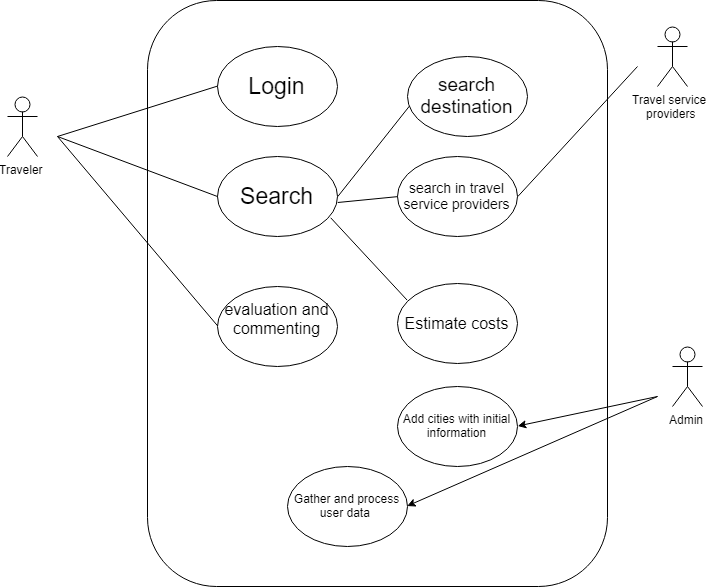
group-c/sw-project keeps this draw.io diagram as UseCase.png. Above is the earlier version. Source tidied: cells renumbered, new cells last; positions are measured from the earlier drawing's top-left corner, leaving out a move shared by most shapes.
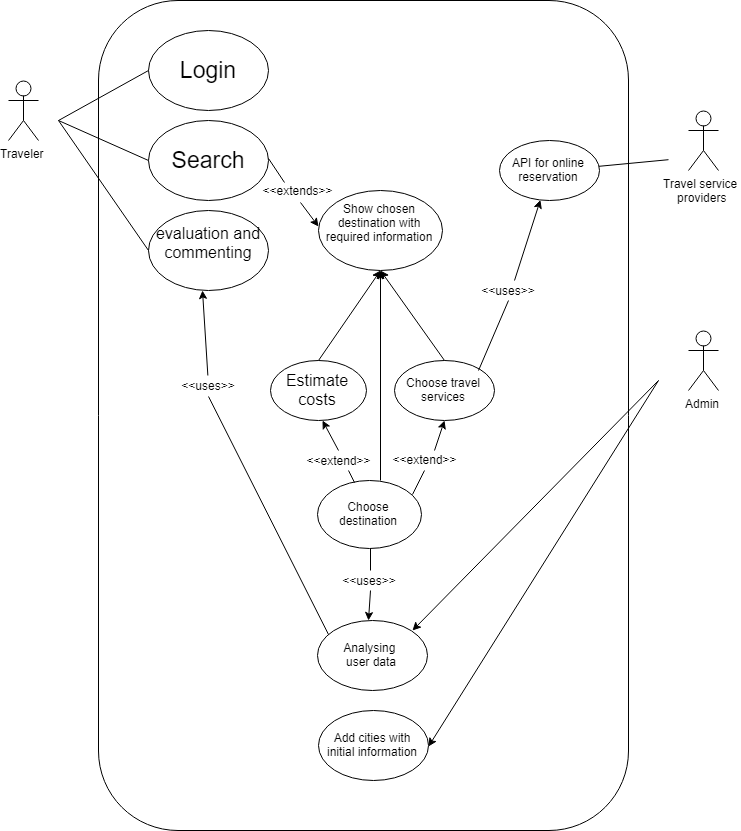
The same diagram one commit later.

Commit message:
Added new usecases. Reyhaneh

What changed in the source:
```diff
@@ -2,36 +2,24 @@
   <root>
     <mxCell id="0" />
     <mxCell id="1" parent="0" />
+    <mxCell id="23" style="rounded=1;whiteSpace=wrap;html=1;" parent="1" vertex="1">
+      <mxGeometry x="90" y="16" width="530" height="830" as="geometry" />
+    </mxCell>
     <mxCell id="2" value="Traveler&lt;br&gt;&lt;br&gt;" style="shape=umlActor;verticalLabelPosition=bottom;labelBackgroundColor=#ffffff;verticalAlign=top;html=1;" parent="1" vertex="1">
       <mxGeometry y="96" width="30" height="60" as="geometry" />
     </mxCell>
-    <mxCell id="3" style="rounded=1;whiteSpace=wrap;html=1;" parent="1" vertex="1">
-      <mxGeometry x="140" width="460" height="586" as="geometry" />
-    </mxCell>
     <mxCell id="4" value="&lt;font style=&quot;font-size: 23px&quot;&gt;Login&lt;/font&gt;" style="ellipse;whiteSpace=wrap;html=1;" parent="1" vertex="1">
-      <mxGeometry x="210" y="46" width="120" height="80" as="geometry" />
+      <mxGeometry x="140" y="46" width="120" height="80" as="geometry" />
     </mxCell>
     <mxCell id="5" value="&lt;font style=&quot;font-size: 23px&quot;&gt;Search&lt;/font&gt;" style="ellipse;whiteSpace=wrap;html=1;" parent="1" vertex="1">
-      <mxGeometry x="210" y="156" width="120" height="80" as="geometry" />
+      <mxGeometry x="140" y="136" width="120" height="80" as="geometry" />
     </mxCell>
     <mxCell id="6" value="&lt;font style=&quot;font-size: 16px&quot;&gt;evaluation and&lt;br&gt;commenting&lt;br&gt;&lt;/font&gt;&lt;br&gt;" style="ellipse;whiteSpace=wrap;html=1;" parent="1" vertex="1">
-      <mxGeometry x="210" y="286" width="120" height="80" as="geometry" />
+      <mxGeometry x="140" y="226" width="120" height="80" as="geometry" />
     </mxCell>
-    <mxCell id="7" style="endArrow=none;html=1;entryX=0.012;entryY=0.621;entryDx=0;entryDy=0;entryPerimeter=0;exitX=1;exitY=0.5;exitDx=0;exitDy=0;" parent="1" edge="1" source="5" target="9">
-      <mxGeometry relative="1" as="geometry" />
-    </mxCell>
     <mxCell id="8" value="Travel service&amp;nbsp;&lt;br&gt;providers&lt;br&gt;" style="shape=umlActor;verticalLabelPosition=bottom;labelBackgroundColor=#ffffff;verticalAlign=top;html=1;" parent="1" vertex="1">
-      <mxGeometry x="650" y="26" width="30" height="60" as="geometry" />
+      <mxGeometry x="680" y="126" width="30" height="60" as="geometry" />
     </mxCell>
-    <mxCell id="9" value="&lt;font style=&quot;font-size: 19px&quot;&gt;search destination&lt;br&gt;&lt;/font&gt;" style="ellipse;whiteSpace=wrap;html=1;" parent="1" vertex="1">
-      <mxGeometry x="400" y="56" width="120" height="80" as="geometry" />
-    </mxCell>
-    <mxCell id="10" value="&lt;font style=&quot;font-size: 14px&quot;&gt;search in travel service providers&lt;/font&gt;" style="ellipse;whiteSpace=wrap;html=1;" parent="1" vertex="1">
-      <mxGeometry x="390" y="156" width="120" height="80" as="geometry" />
-    </mxCell>
-    <mxCell id="11" style="endArrow=none;html=1;entryX=0;entryY=0.5;entryDx=0;entryDy=0;exitX=1.004;exitY=0.58;exitDx=0;exitDy=0;exitPerimeter=0;" parent="1" edge="1" source="5" target="10">
-      <mxGeometry relative="1" as="geometry" />
-    </mxCell>
     <mxCell id="12" style="endArrow=none;html=1;entryX=0;entryY=0.5;entryDx=0;entryDy=0;" parent="1" edge="1" target="4">
       <mxGeometry relative="1" as="geometry">
         <mxPoint x="50" y="136" as="sourcePoint" />
@@ -47,35 +35,109 @@
         <mxPoint x="50" y="136" as="targetPoint" />
       </mxGeometry>
     </mxCell>
-    <mxCell id="15" style="endArrow=none;html=1;exitX=1;exitY=0.5;exitDx=0;exitDy=0;" parent="1" edge="1" source="10">
-      <mxGeometry relative="1" as="geometry">
-        <mxPoint x="630" y="66" as="targetPoint" />
-      </mxGeometry>
-    </mxCell>
     <mxCell id="16" value="&lt;font style=&quot;font-size: 16px&quot;&gt;Estimate costs&lt;/font&gt;" style="ellipse;whiteSpace=wrap;html=1;" parent="1" vertex="1">
-      <mxGeometry x="390" y="283" width="120" height="80" as="geometry" />
+      <mxGeometry x="262" y="376" width="96" height="60" as="geometry" />
     </mxCell>
-    <mxCell id="17" style="endArrow=none;html=1;entryX=0.948;entryY=0.765;entryDx=0;entryDy=0;entryPerimeter=0;exitX=0.079;exitY=0.207;exitDx=0;exitDy=0;exitPerimeter=0;" parent="1" edge="1" source="16" target="5">
-      <mxGeometry relative="1" as="geometry" />
-    </mxCell>
     <mxCell id="18" value="Admin&lt;br&gt;&lt;br&gt;" style="shape=umlActor;verticalLabelPosition=bottom;labelBackgroundColor=#ffffff;verticalAlign=top;html=1;" parent="1" vertex="1">
-      <mxGeometry x="665" y="346" width="30" height="60" as="geometry" />
+      <mxGeometry x="680" y="346" width="30" height="60" as="geometry" />
     </mxCell>
     <mxCell id="19" value="Add cities with initial information&lt;br&gt;" style="ellipse;whiteSpace=wrap;html=1;" parent="1" vertex="1">
-      <mxGeometry x="390" y="386" width="120" height="80" as="geometry" />
+      <mxGeometry x="310" y="726" width="110" height="70" as="geometry" />
     </mxCell>
     <mxCell id="20" style="endArrow=classic;html=1;entryX=1;entryY=0.5;entryDx=0;entryDy=0;" parent="1" edge="1" target="19">
       <mxGeometry relative="1" as="geometry">
         <mxPoint x="650" y="396" as="sourcePoint" />
       </mxGeometry>
     </mxCell>
-    <mxCell id="21" value="Gather and process user data&amp;nbsp;" style="ellipse;whiteSpace=wrap;html=1;" parent="1" vertex="1">
-      <mxGeometry x="280" y="466" width="120" height="80" as="geometry" />
+    <mxCell id="21" value="Analysing &lt;br&gt;user data" style="ellipse;whiteSpace=wrap;html=1;" parent="1" vertex="1">
+      <mxGeometry x="309" y="636" width="110" height="70" as="geometry" />
     </mxCell>
-    <mxCell id="22" style="endArrow=classic;html=1;entryX=1;entryY=0.5;entryDx=0;entryDy=0;" parent="1" edge="1" target="21">
-      <mxGeometry relative="1" as="geometry">
-        <mxPoint x="650" y="396" as="sourcePoint" />
-      </mxGeometry>
-    </mxCell>
+    <mxCell id="24" style="endArrow=classic;html=1;entryX=0.45;entryY=1;entryDx=0;entryDy=0;entryPerimeter=0;" parent="1" edge="1" source="25" target="6">
+      <mxGeometry relative="1" as="geometry" />
+    </mxCell>
+    <mxCell id="25" value="&amp;lt;&amp;lt;uses&amp;gt;&amp;gt;" style="text;html=1;strokeColor=none;fillColor=none;align=center;verticalAlign=middle;whiteSpace=wrap;rounded=0;" parent="1" vertex="1">
+      <mxGeometry x="180" y="391" width="40" height="20" as="geometry" />
+    </mxCell>
+    <mxCell id="26" style="endArrow=none;html=1;entryX=0.095;entryY=0.206;entryDx=0;entryDy=0;exitX=0.5;exitY=1;exitDx=0;exitDy=0;entryPerimeter=0;" parent="1" edge="1" source="25" target="21">
+      <mxGeometry relative="1" as="geometry" />
+    </mxCell>
+    <mxCell id="27" value="API for online reservation" style="ellipse;whiteSpace=wrap;html=1;" parent="1" vertex="1">
+      <mxGeometry x="491" y="156" width="100" height="60" as="geometry" />
+    </mxCell>
+    <mxCell id="28" value="Choose destination&lt;br&gt;" style="ellipse;whiteSpace=wrap;html=1;" parent="1" vertex="1">
+      <mxGeometry x="309" y="496" width="104" height="68" as="geometry" />
+    </mxCell>
+    <mxCell id="29" style="endArrow=classic;html=1;entryX=1;entryY=0;entryDx=0;entryDy=0;" parent="1" edge="1" target="21">
+      <mxGeometry relative="1" as="geometry">
+        <mxPoint x="650" y="396" as="sourcePoint" />
+      </mxGeometry>
+    </mxCell>
+    <mxCell id="30" value="Choose travel services" style="ellipse;whiteSpace=wrap;html=1;" parent="1" vertex="1">
+      <mxGeometry x="386" y="376" width="100" height="60" as="geometry" />
+    </mxCell>
+    <mxCell id="31" style="endArrow=none;html=1;" parent="1" edge="1" source="27">
+      <mxGeometry relative="1" as="geometry">
+        <mxPoint x="660" y="175.2" as="targetPoint" />
+      </mxGeometry>
+    </mxCell>
+    <mxCell id="32" value="Show chosen destination with required information&lt;br&gt;&lt;br&gt;" style="ellipse;whiteSpace=wrap;html=1;" parent="1" vertex="1">
+      <mxGeometry x="310" y="206" width="124" height="80" as="geometry" />
+    </mxCell>
+    <mxCell id="33" style="endArrow=classic;html=1;entryX=0;entryY=0.459;entryDx=0;entryDy=0;entryPerimeter=0;exitX=0.586;exitY=1.076;exitDx=0;exitDy=0;exitPerimeter=0;" parent="1" edge="1" source="49" target="32">
+      <mxGeometry relative="1" as="geometry" />
+    </mxCell>
+    <mxCell id="34" style="endArrow=classic;html=1;entryX=0.464;entryY=0;entryDx=0;entryDy=0;entryPerimeter=0;exitX=0.5;exitY=1;exitDx=0;exitDy=0;" parent="1" edge="1" source="35" target="21">
+      <mxGeometry relative="1" as="geometry" />
+    </mxCell>
+    <mxCell id="35" value="&amp;lt;&amp;lt;uses&amp;gt;&amp;gt;&lt;br&gt;" style="text;html=1;strokeColor=none;fillColor=none;align=center;verticalAlign=middle;whiteSpace=wrap;rounded=0;" parent="1" vertex="1">
+      <mxGeometry x="341" y="586" width="40" height="20" as="geometry" />
+    </mxCell>
+    <mxCell id="36" style="endArrow=none;html=1;entryX=0.5;entryY=1;entryDx=0;entryDy=0;exitX=0.5;exitY=0;exitDx=0;exitDy=0;" parent="1" edge="1" source="35" target="28">
+      <mxGeometry relative="1" as="geometry" />
+    </mxCell>
+    <mxCell id="37" style="endArrow=classic;html=1;entryX=0.5;entryY=1;entryDx=0;entryDy=0;exitX=0.75;exitY=0;exitDx=0;exitDy=0;" parent="1" edge="1" source="38" target="30">
+      <mxGeometry relative="1" as="geometry" />
+    </mxCell>
+    <mxCell id="38" value="&amp;lt;&amp;lt;extend&amp;gt;&amp;gt;" style="text;html=1;strokeColor=none;fillColor=none;align=center;verticalAlign=middle;whiteSpace=wrap;rounded=0;" parent="1" vertex="1">
+      <mxGeometry x="396" y="465" width="40" height="20" as="geometry" />
+    </mxCell>
+    <mxCell id="39" style="endArrow=none;html=1;entryX=0.5;entryY=1;entryDx=0;entryDy=0;exitX=0.917;exitY=0.197;exitDx=0;exitDy=0;exitPerimeter=0;" parent="1" edge="1" source="28" target="38">
+      <mxGeometry relative="1" as="geometry" />
+    </mxCell>
+    <mxCell id="40" style="endArrow=classic;html=1;entryX=0.55;entryY=1.01;entryDx=0;entryDy=0;exitX=0.5;exitY=0;exitDx=0;exitDy=0;entryPerimeter=0;" parent="1" edge="1" source="41" target="16">
+      <mxGeometry relative="1" as="geometry" />
+    </mxCell>
+    <mxCell id="41" value="&amp;lt;&amp;lt;extend&amp;gt;&amp;gt;" style="text;html=1;strokeColor=none;fillColor=none;align=center;verticalAlign=middle;whiteSpace=wrap;rounded=0;" parent="1" vertex="1">
+      <mxGeometry x="310" y="466" width="40" height="20" as="geometry" />
+    </mxCell>
+    <mxCell id="42" style="endArrow=none;html=1;entryX=0.75;entryY=1;entryDx=0;entryDy=0;exitX=0.36;exitY=0.032;exitDx=0;exitDy=0;exitPerimeter=0;" parent="1" edge="1" source="28" target="41">
+      <mxGeometry relative="1" as="geometry" />
+    </mxCell>
+    <mxCell id="43" style="endArrow=classic;html=1;entryX=0.5;entryY=1;entryDx=0;entryDy=0;exitX=0.5;exitY=0;exitDx=0;exitDy=0;" parent="1" edge="1" source="16" target="32">
+      <mxGeometry relative="1" as="geometry" />
+    </mxCell>
+    <mxCell id="44" style="endArrow=classic;html=1;entryX=0.5;entryY=1;entryDx=0;entryDy=0;exitX=0.5;exitY=0;exitDx=0;exitDy=0;" parent="1" edge="1" source="30" target="32">
+      <mxGeometry relative="1" as="geometry" />
+    </mxCell>
+    <mxCell id="45" style="endArrow=classic;html=1;entryX=0.5;entryY=1;entryDx=0;entryDy=0;exitX=0.601;exitY=-0.002;exitDx=0;exitDy=0;exitPerimeter=0;" parent="1" edge="1" source="28" target="32">
+      <mxGeometry relative="1" as="geometry" />
+    </mxCell>
+    <mxCell id="46" style="endArrow=classic;html=1;exitX=0.647;exitY=0.019;exitDx=0;exitDy=0;exitPerimeter=0;" parent="1" edge="1" source="47" target="27">
+      <mxGeometry relative="1" as="geometry" />
+    </mxCell>
+    <mxCell id="47" value="&amp;lt;&amp;lt;uses&amp;gt;&amp;gt;&lt;br&gt;" style="text;html=1;strokeColor=none;fillColor=none;align=center;verticalAlign=middle;whiteSpace=wrap;rounded=0;" parent="1" vertex="1">
+      <mxGeometry x="480" y="296" width="40" height="20" as="geometry" />
+    </mxCell>
+    <mxCell id="48" style="endArrow=none;html=1;entryX=0.5;entryY=1;entryDx=0;entryDy=0;" parent="1" edge="1" target="47">
+      <mxGeometry relative="1" as="geometry">
+        <mxPoint x="470" y="386" as="sourcePoint" />
+      </mxGeometry>
+    </mxCell>
+    <mxCell id="49" value="&amp;lt;&amp;lt;extends&amp;gt;&amp;gt;" style="text;html=1;strokeColor=none;fillColor=none;align=center;verticalAlign=middle;whiteSpace=wrap;rounded=0;" parent="1" vertex="1">
+      <mxGeometry x="269" y="196" width="40" height="20" as="geometry" />
+    </mxCell>
+    <mxCell id="50" style="endArrow=none;html=1;entryX=0.999;entryY=0.469;entryDx=0;entryDy=0;entryPerimeter=0;exitX=0.197;exitY=0.052;exitDx=0;exitDy=0;exitPerimeter=0;" parent="1" edge="1" source="49" target="5">
+      <mxGeometry relative="1" as="geometry" />
+    </mxCell>
   </root>
 </mxGraphModel>
```
